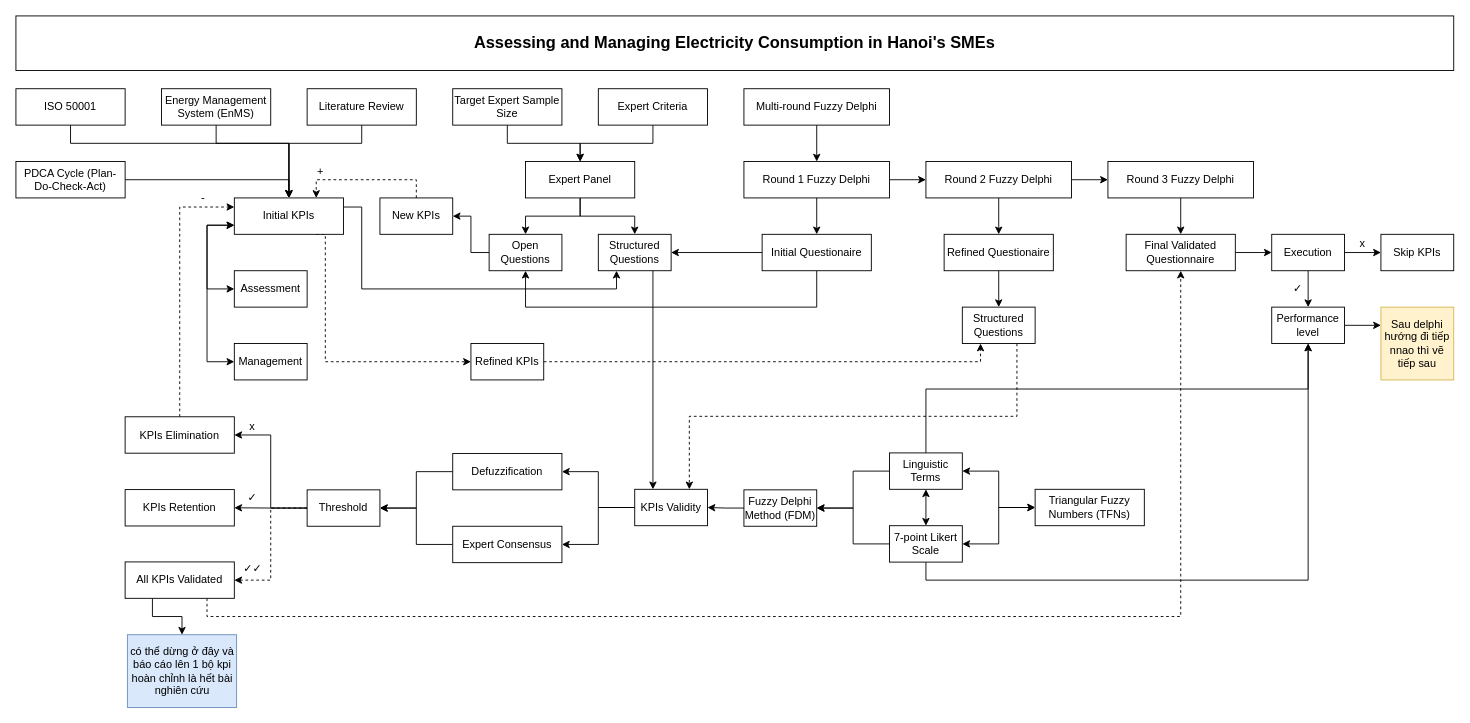
The draw.io diagram delphi-huong-trang.drawio in hnks-gh/draw.io, before the edit. Source tidied: cells renumbered, new cells numbered last; positions are measured from the earlier drawing's top-left corner, leaving out a move shared by most shapes. Both pictures are drawn from the tidied source at 91%, with x=0, y=0 at pixel (15, 15).
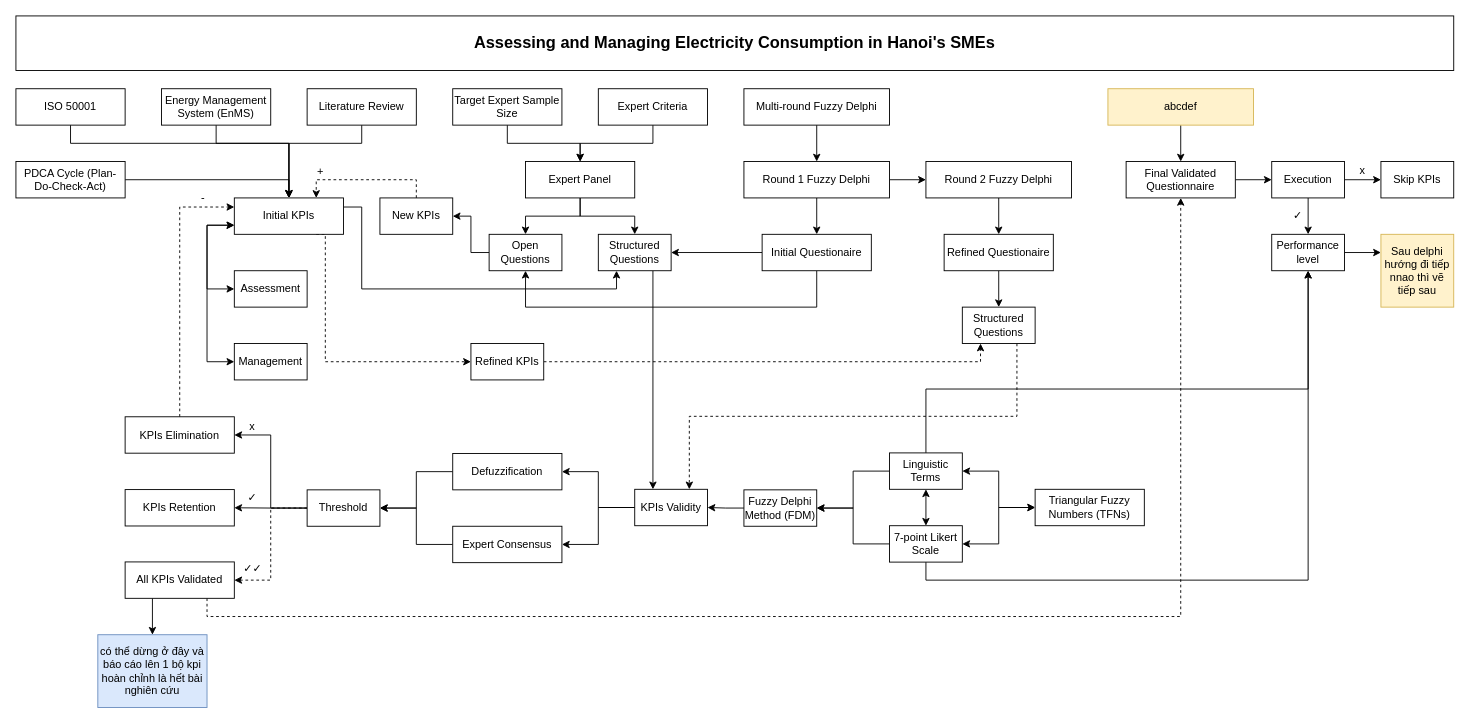
After the change.

Unchanged cells that the change refers to:
```xml
<mxCell id="67" value="Round 2 Fuzzy Delphi" style="rounded=0;whiteSpace=wrap;html=1;" parent="1" vertex="1">
  <mxGeometry x="1000" y="160" width="160" height="40" as="geometry" />
</mxCell>
```

Diff of the diagram source:
```diff
@@
     <mxCell id="45" value="Execution" style="rounded=0;whiteSpace=wrap;html=1;" parent="1" vertex="1">
-      <mxGeometry x="1380" y="240" width="80" height="40" as="geometry" />
+      <mxGeometry x="1380" y="160" width="80" height="40" as="geometry" />
     </mxCell>
@@
     <mxCell id="48" value="Skip KPIs" style="rounded=0;whiteSpace=wrap;html=1;" parent="1" vertex="1">
-      <mxGeometry x="1500" y="240" width="80" height="40" as="geometry" />
+      <mxGeometry x="1500" y="160" width="80" height="40" as="geometry" />
     </mxCell>
     <mxCell id="49" value="✓" style="rounded=0;whiteSpace=wrap;html=1;strokeColor=none;fillColor=none;" parent="1" vertex="1">
-      <mxGeometry x="1404" y="295" width="10" height="10" as="geometry" />
+      <mxGeometry x="1404" y="215" width="10" height="10" as="geometry" />
     </mxCell>
     <mxCell id="50" value="x" style="rounded=0;whiteSpace=wrap;html=1;strokeColor=none;fillColor=none;" parent="1" vertex="1">
-      <mxGeometry x="1470" y="245" width="20" height="10" as="geometry" />
+      <mxGeometry x="1470" y="165" width="20" height="10" as="geometry" />
     </mxCell>
@@
     <mxCell id="52" value="Performance level" style="rounded=0;whiteSpace=wrap;html=1;strokeColor=default;" parent="1" vertex="1">
-      <mxGeometry x="1380" y="320" width="80" height="40" as="geometry" />
+      <mxGeometry x="1380" y="240" width="80" height="40" as="geometry" />
     </mxCell>
@@
-    <mxCell id="66" style="edgeStyle=orthogonalEdgeStyle;rounded=0;jettySize=auto;html=1;exitX=1;exitY=0.5;exitDx=0;exitDy=0;entryX=0;entryY=0.5;entryDx=0;entryDy=0;" parent="1" edge="1" source="67" target="81">
-      <mxGeometry relative="1" as="geometry" />
-    </mxCell>
@@
-    <mxCell id="81" value="Round 3 Fuzzy Delphi" style="rounded=0;whiteSpace=wrap;html=1;" parent="1" vertex="1">
-      <mxGeometry x="1200" y="160" width="160" height="40" as="geometry" />
+    <mxCell id="81" value="abcdef" style="rounded=0;whiteSpace=wrap;html=1;fillColor=#fff2cc;strokeColor=#d6b656;" parent="1" vertex="1">
+      <mxGeometry x="1200" y="80" width="160" height="40" as="geometry" />
     </mxCell>
@@
     <mxCell id="83" value="Final Validated Questionnaire" style="rounded=0;whiteSpace=wrap;html=1;" parent="1" vertex="1">
-      <mxGeometry x="1220" y="240" width="120" height="40" as="geometry" />
+      <mxGeometry x="1220" y="160" width="120" height="40" as="geometry" />
     </mxCell>
@@
     <mxCell id="94" value="có thể dừng ở đây và báo cáo lên 1 bộ kpi hoàn chỉnh là hết bài nghiên cứu" style="rounded=0;whiteSpace=wrap;html=1;strokeColor=#6c8ebf;fillColor=#dae8fc;" parent="1" vertex="1">
-      <mxGeometry x="122.5" y="680" width="120" height="80" as="geometry" />
+      <mxGeometry x="90" y="680" width="120" height="80" as="geometry" />
     </mxCell>
     <mxCell id="95" value="Sau delphi hướng đi tiếp nnao thì vẽ tiếp sau" style="rounded=0;whiteSpace=wrap;html=1;fillColor=#fff2cc;strokeColor=#d6b656;" parent="1" vertex="1">
-      <mxGeometry x="1500" y="320" width="80" height="80" as="geometry" />
+      <mxGeometry x="1500" y="240" width="80" height="80" as="geometry" />
     </mxCell>
```
